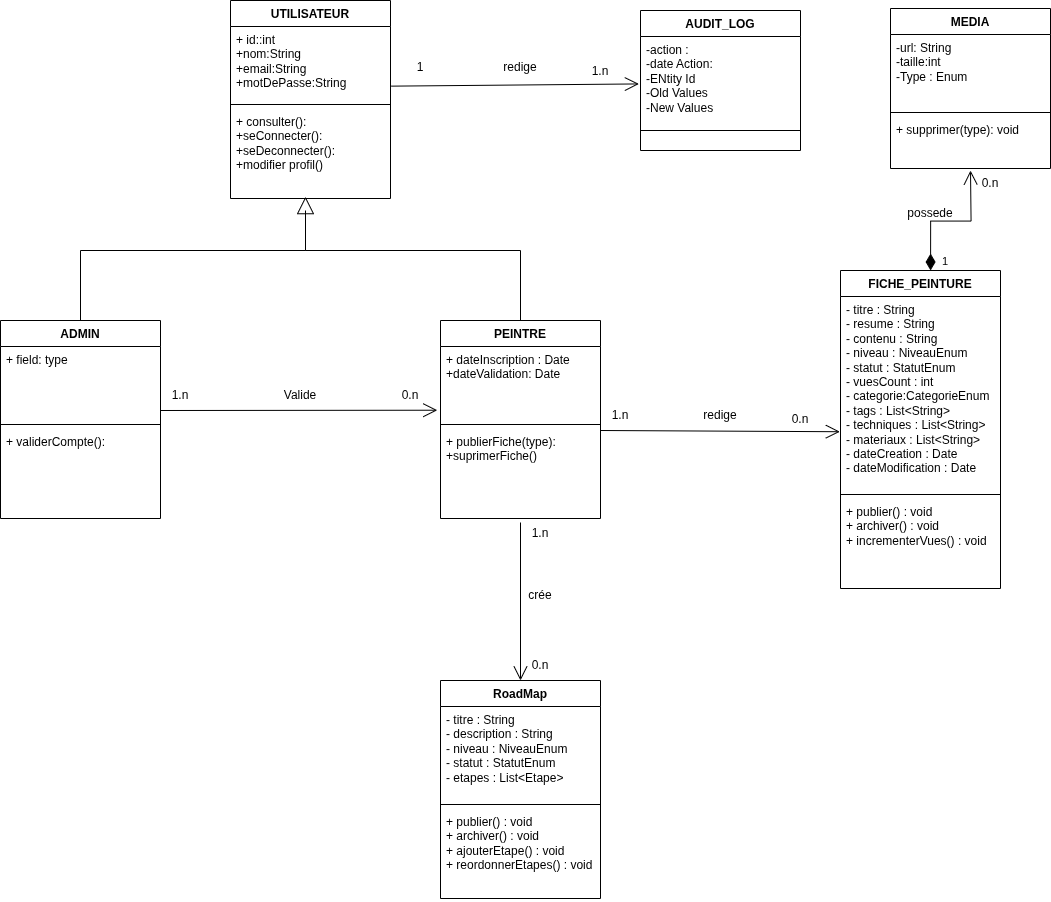
The draw.io diagram Conception/Diagrammes/Diagramme de Classe Painting.png in Pablo-Solomons/Painting_Business_Core, before a commit. Source tidied: cells renumbered, new cells last; positions are measured from the earlier drawing's top-left corner, leaving out a move shared by most shapes.
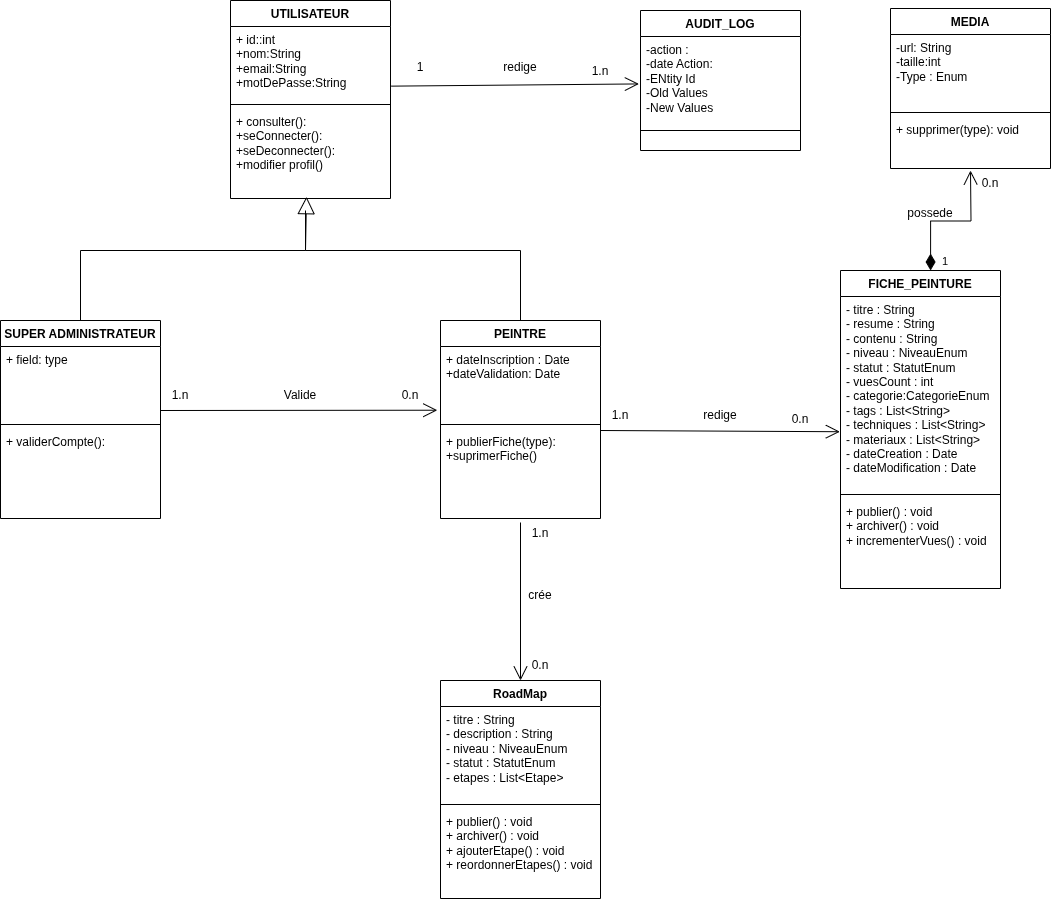
The same diagram one commit later.

What changed in the source:
```diff
@@ -59,7 +59,7 @@
     <mxCell id="20" value="+ publier() : void&amp;nbsp;&lt;div&gt;+ archiver() : void +&amp;nbsp;ajouterEtape() : void +&amp;nbsp;reordonnerEtapes() : void&lt;/div&gt;" style="text;strokeColor=none;fillColor=none;align=left;verticalAlign=top;spacingLeft=4;spacingRight=4;overflow=hidden;whiteSpace=wrap;html=1;" parent="17" vertex="1">
       <mxGeometry y="128" width="160" height="90" as="geometry" />
     </mxCell>
-    <mxCell id="21" value="ADMIN" style="swimlane;fontStyle=1;align=center;verticalAlign=top;horizontal=1;startSize=26;whiteSpace=wrap;html=1;" parent="1" vertex="1">
+    <mxCell id="21" value="SUPER ADMINISTRATEUR" style="swimlane;fontStyle=1;align=center;verticalAlign=top;horizontal=1;startSize=26;whiteSpace=wrap;html=1;" parent="1" vertex="1">
       <mxGeometry y="320" width="160" height="198" as="geometry" />
     </mxCell>
     <mxCell id="22" value="+ field: type" style="text;strokeColor=none;fillColor=none;align=left;verticalAlign=top;spacingLeft=4;spacingRight=4;overflow=hidden;whiteSpace=wrap;html=1;" parent="21" vertex="1">
```
